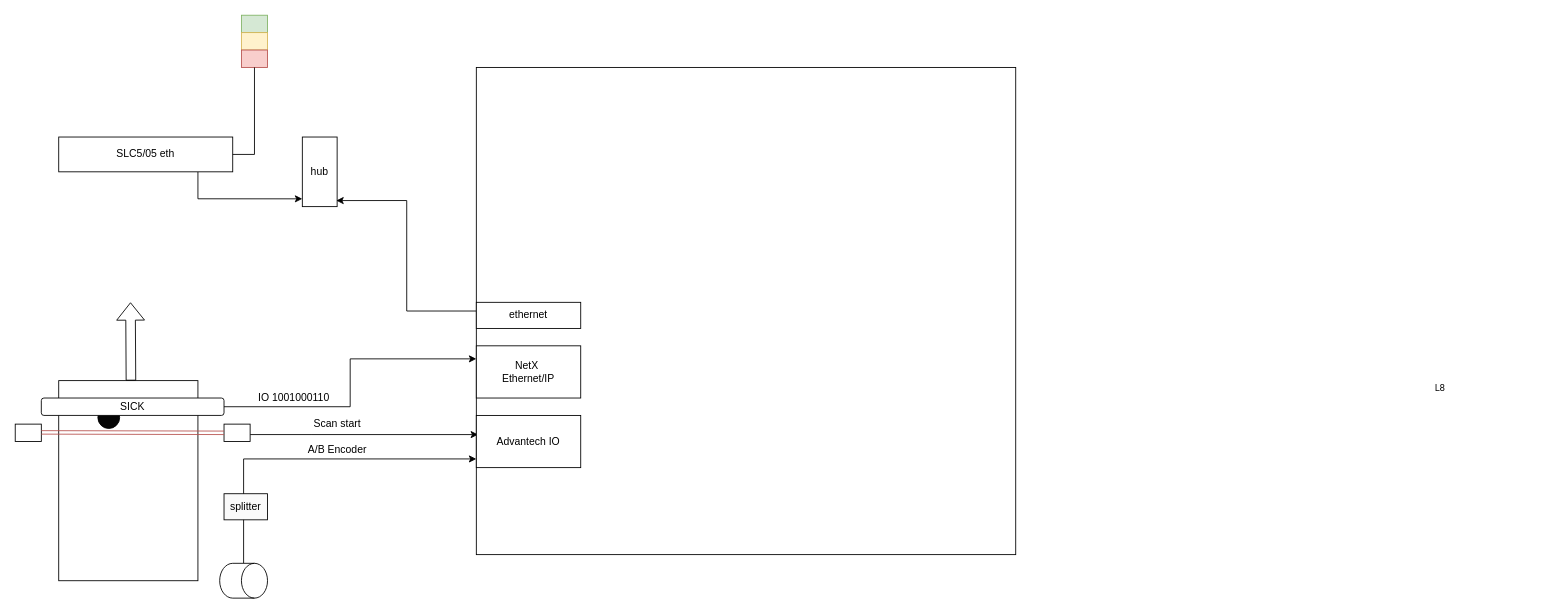
The draw.io diagram Inspection Platform Dataflow.drawio in megavad/Diagrams, before the edit. Source tidied: cells renumbered, new cells numbered last; positions are measured from the earlier drawing's top-left corner, leaving out a move shared by most shapes. Both pictures are drawn from the tidied source at 87%, with x=0, y=0 at pixel (15, 15).
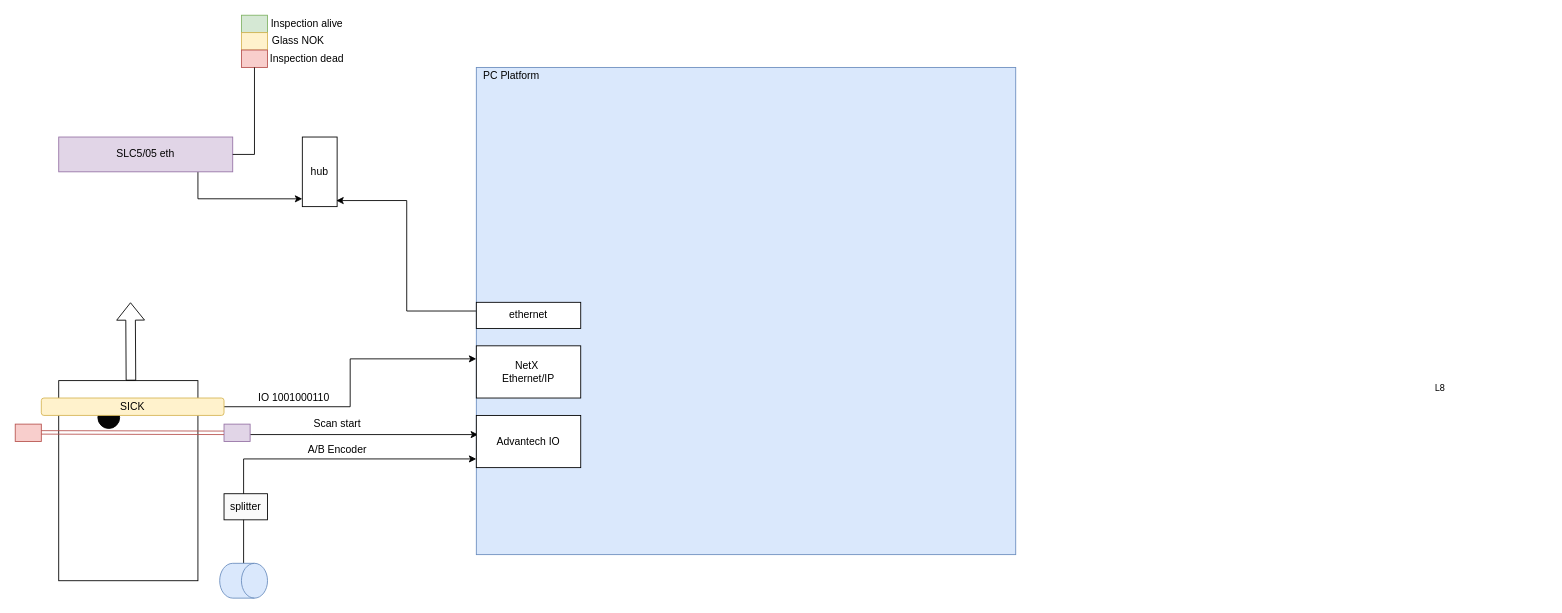
Above is the later version.

Change to the diagram source:
```diff
@@
-    <mxCell id="4" value="SLC5/05 eth" style="rounded=0;whiteSpace=wrap;html=1;" parent="1" vertex="1">
+    <mxCell id="4" value="SLC5/05 eth" style="rounded=0;whiteSpace=wrap;html=1;fillColor=#e1d5e7;strokeColor=#9673a6;" parent="1" vertex="1">
       <mxGeometry x="50" y="140" width="200" height="40" as="geometry" />
     </mxCell>
@@
-    <mxCell id="11" style="rounded=0;whiteSpace=wrap;html=1;" parent="1" vertex="1">
+    <mxCell id="11" style="rounded=0;whiteSpace=wrap;html=1;fillColor=#dae8fc;strokeColor=#6c8ebf;" parent="1" vertex="1">
       <mxGeometry x="530" y="60" width="620" height="560" as="geometry" />
     </mxCell>
@@
-    <mxCell id="16" style="rounded=0;whiteSpace=wrap;html=1;" parent="1" vertex="1">
+    <mxCell id="16" style="rounded=0;whiteSpace=wrap;html=1;fillColor=#f8cecc;strokeColor=#b85450;" parent="1" vertex="1">
       <mxGeometry y="470" width="30" height="20" as="geometry" />
     </mxCell>
@@
-    <mxCell id="18" style="rounded=0;whiteSpace=wrap;html=1;" parent="1" vertex="1">
+    <mxCell id="18" style="rounded=0;whiteSpace=wrap;html=1;fillColor=#e1d5e7;strokeColor=#9673a6;" parent="1" vertex="1">
       <mxGeometry x="240" y="470" width="30" height="20" as="geometry" />
     </mxCell>
@@
-    <mxCell id="23" style="shape=cylinder3;whiteSpace=wrap;html=1;boundedLbl=1;backgroundOutline=1;size=15;direction=south;" parent="1" vertex="1">
+    <mxCell id="23" style="shape=cylinder3;whiteSpace=wrap;html=1;boundedLbl=1;backgroundOutline=1;size=15;direction=south;fillColor=#dae8fc;strokeColor=#6c8ebf;" parent="1" vertex="1">
       <mxGeometry x="235" y="630" width="55" height="40" as="geometry" />
     </mxCell>
@@
-    <mxCell id="26" value="SICK" style="rounded=1;whiteSpace=wrap;html=1;" parent="1" vertex="1">
+    <mxCell id="26" value="SICK" style="rounded=1;whiteSpace=wrap;html=1;fillColor=#fff2cc;strokeColor=#d6b656;" parent="1" vertex="1">
       <mxGeometry x="30" y="440" width="210" height="20" as="geometry" />
     </mxCell>
@@
+    <mxCell id="30" value="PC Platform" style="text;html=1;align=center;verticalAlign=middle;strokeColor=none;fillColor=none;" parent="1" vertex="1">
+      <mxGeometry x="530" y="60" width="80" height="20" as="geometry" />
+    </mxCell>
+    <mxCell id="31" value="Inspection alive" style="text;html=1;align=center;verticalAlign=middle;strokeColor=none;fillColor=none;" parent="1" vertex="1">
+      <mxGeometry x="285" width="100" height="20" as="geometry" />
+    </mxCell>
+    <mxCell id="32" value="Inspection dead" style="text;html=1;align=center;verticalAlign=middle;strokeColor=none;fillColor=none;" parent="1" vertex="1">
+      <mxGeometry x="285" y="40" width="100" height="20" as="geometry" />
+    </mxCell>
+    <mxCell id="33" value="Glass NOK" style="text;html=1;align=center;verticalAlign=middle;strokeColor=none;fillColor=none;" parent="1" vertex="1">
+      <mxGeometry x="285" y="20" width="80" height="20" as="geometry" />
+    </mxCell>
```
